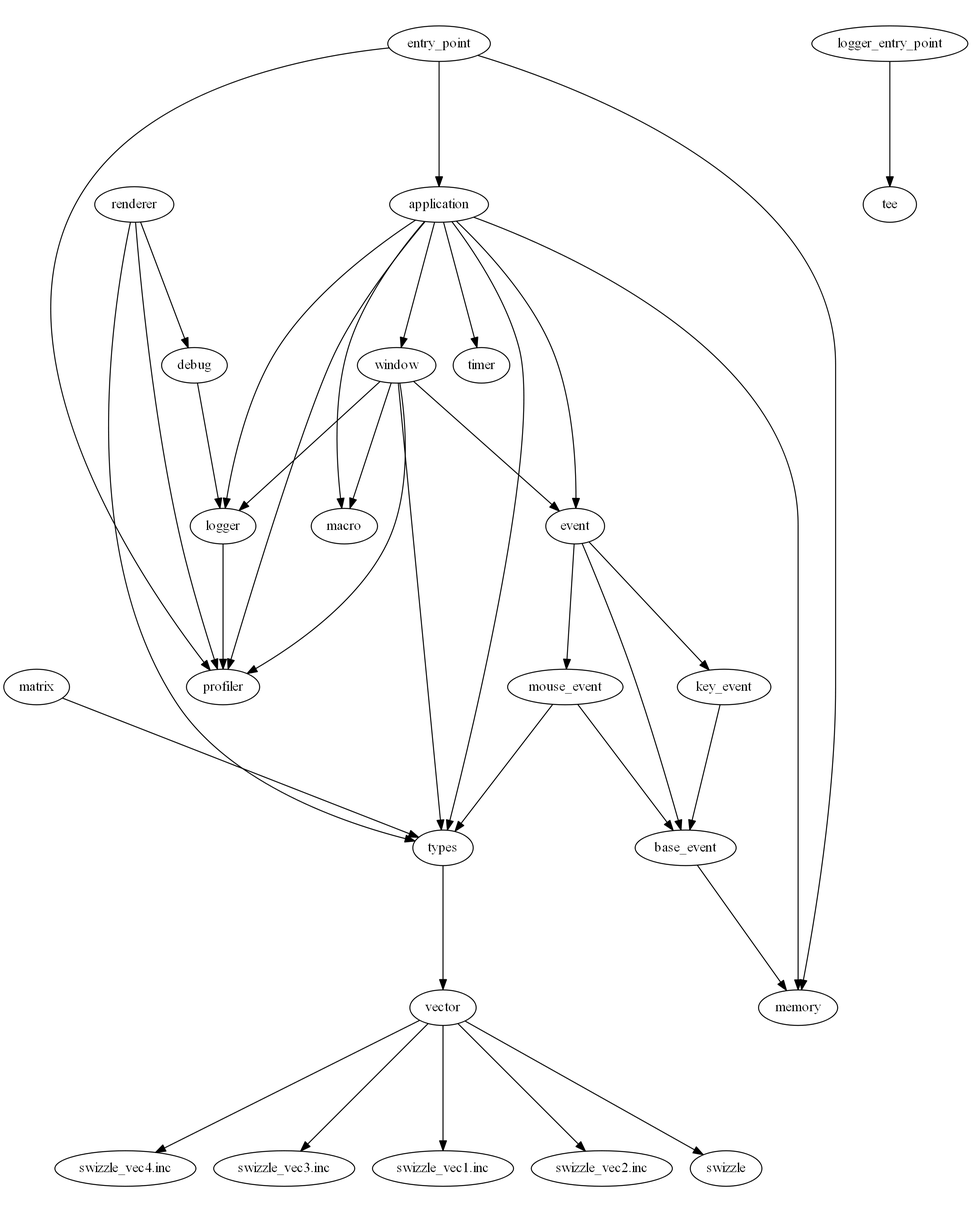
salesvictor/vscge keeps this Graphviz diagram as graphviz/vscge.dot.png. Above is the earlier version. Its source is kept beside it as graphviz/vscge.dot.
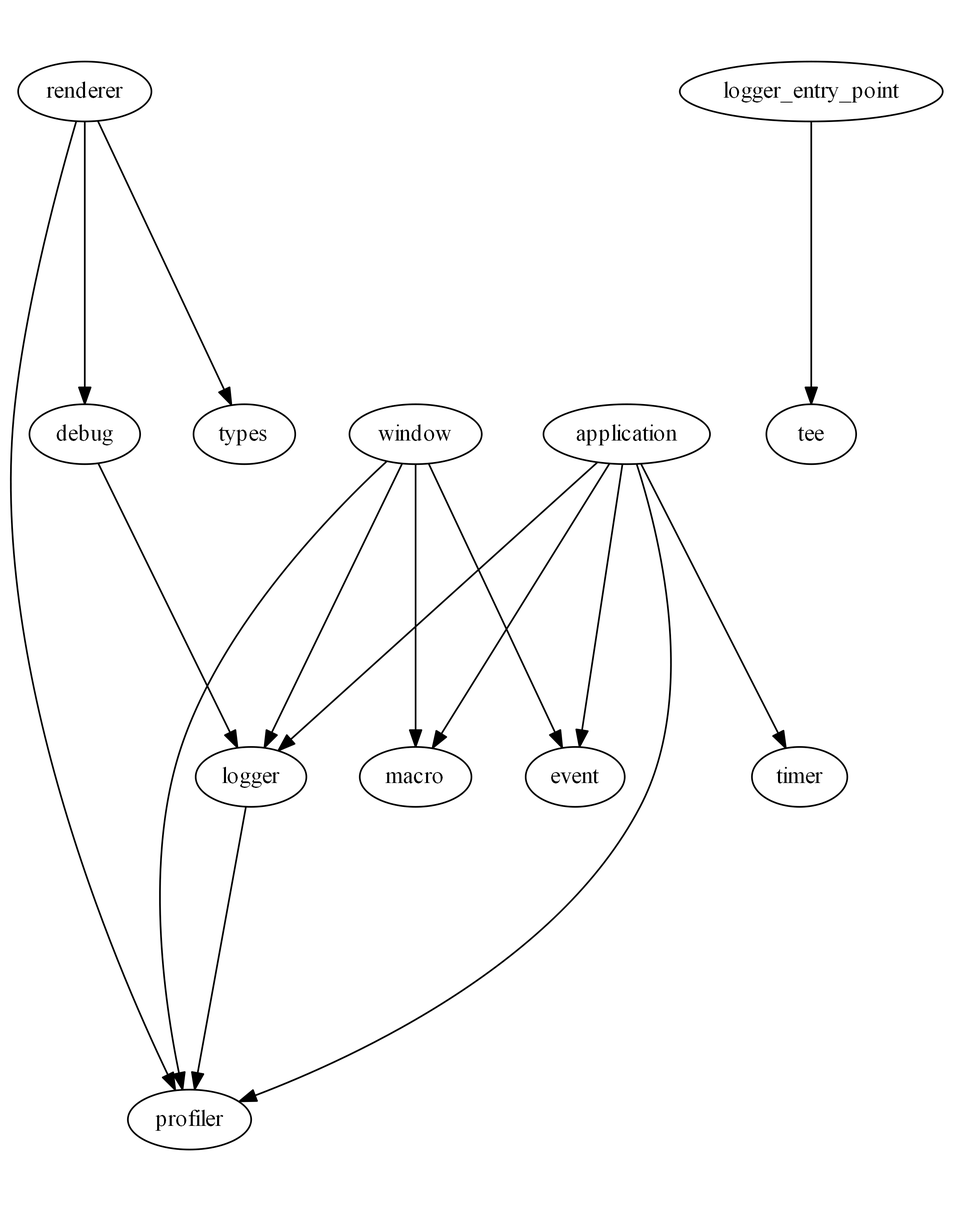
After the change.

What changed in the source:
```diff
@@ -5,40 +5,19 @@
     fontsize="16";
     fontname="Helvetica";
 	clusterrank="local";
-	"vector" -> "swizzle_vec4.inc"
-	"mouse_event" -> "types"
+	"window" -> "logger"
+	"renderer" -> "profiler"
+	"window" -> "event"
+	"window" -> "profiler"
 	"application" -> "logger"
+	"logger_entry_point" -> "tee"
 	"window" -> "macro"
+	"application" -> "macro"
+	"application" -> "profiler"
+	"debug" -> "logger"
+	"renderer" -> "debug"
+	"application" -> "timer"
 	"application" -> "event"
-	"debug" -> "logger"
-	"window" -> "types"
-	"application" -> "window"
-	"types" -> "vector"
-	"mouse_event" -> "base_event"
-	"vector" -> "swizzle_vec3.inc"
-	"application" -> "profiler"
+	"logger" -> "profiler"
 	"renderer" -> "types"
-	"logger" -> "profiler"
-	"application" -> "memory"
-	"entry_point" -> "memory"
-	"application" -> "macro"
-	"renderer" -> "profiler"
-	"matrix" -> "types"
-	"logger_entry_point" -> "tee"
-	"window" -> "event"
-	"event" -> "base_event"
-	"vector" -> "swizzle_vec1.inc"
-	"base_event" -> "memory"
-	"application" -> "timer"
-	"renderer" -> "debug"
-	"entry_point" -> "application"
-	"application" -> "types"
-	"event" -> "key_event"
-	"vector" -> "swizzle_vec2.inc"
-	"window" -> "logger"
-	"window" -> "profiler"
-	"key_event" -> "base_event"
-	"vector" -> "swizzle"
-	"entry_point" -> "profiler"
-	"event" -> "mouse_event"
 }
```
